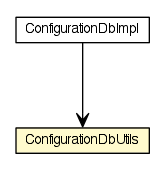
The Graphviz diagram apidocs/org/dayatang/configuration/impl/ConfigurationDbUtils.png in dayatang/dddlib, before a commit. Its source is kept beside it as apidocs/org/dayatang/configuration/impl/ConfigurationDbUtils.dot. The source it was exported from:
```dot

digraph G {
	edge [fontname="Helvetica",fontsize=10,labelfontname="Helvetica",labelfontsize=10];
	node [fontname="Helvetica",fontsize=10,shape=plaintext];
	nodesep=0.25;
	ranksep=0.5;
	c30902 [label=<<table title="org.dayatang.configuration.impl.ConfigurationDbUtils" border="0" cellborder="1" cellspacing="0" cellpadding="2" port="p" bgcolor="lemonChiffon" href="./ConfigurationDbUtils.html">
		<tr><td><table border="0" cellspacing="0" cellpadding="1">
<tr><td align="center" balign="center"> ConfigurationDbUtils </td></tr>
		</table></td></tr>
		</table>>, URL="./ConfigurationDbUtils.html", fontname="Helvetica", fontcolor="black", fontsize=10.0];
	c30903 [label=<<table title="org.dayatang.configuration.impl.ConfigurationDbImpl" border="0" cellborder="1" cellspacing="0" cellpadding="2" port="p" href="./ConfigurationDbImpl.html">
		<tr><td><table border="0" cellspacing="0" cellpadding="1">
<tr><td align="center" balign="center"> ConfigurationDbImpl </td></tr>
		</table></td></tr>
		</table>>, URL="./ConfigurationDbImpl.html", fontname="Helvetica", fontcolor="black", fontsize=10.0];
	c30903:p -> c30902:p [taillabel="", label=" "headlabel="", fontname="Helvetica", fontcolor="black", fontsize=10.0, color="black", arrowhead=open];
}
```
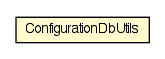
The same file after the commit.

Diff of the diagram source:
```diff
@@ -4,15 +4,9 @@
 	node [fontname="Helvetica",fontsize=10,shape=plaintext];
 	nodesep=0.25;
 	ranksep=0.5;
-	c30902 [label=<<table title="org.dayatang.configuration.impl.ConfigurationDbUtils" border="0" cellborder="1" cellspacing="0" cellpadding="2" port="p" bgcolor="lemonChiffon" href="./ConfigurationDbUtils.html">
+	c30718 [label=<<table title="org.dayatang.configuration.impl.ConfigurationDbUtils" border="0" cellborder="1" cellspacing="0" cellpadding="2" port="p" bgcolor="lemonChiffon" href="./ConfigurationDbUtils.html">
 		<tr><td><table border="0" cellspacing="0" cellpadding="1">
 <tr><td align="center" balign="center"> ConfigurationDbUtils </td></tr>
 		</table></td></tr>
 		</table>>, URL="./ConfigurationDbUtils.html", fontname="Helvetica", fontcolor="black", fontsize=10.0];
-	c30903 [label=<<table title="org.dayatang.configuration.impl.ConfigurationDbImpl" border="0" cellborder="1" cellspacing="0" cellpadding="2" port="p" href="./ConfigurationDbImpl.html">
-		<tr><td><table border="0" cellspacing="0" cellpadding="1">
-<tr><td align="center" balign="center"> ConfigurationDbImpl </td></tr>
-		</table></td></tr>
-		</table>>, URL="./ConfigurationDbImpl.html", fontname="Helvetica", fontcolor="black", fontsize=10.0];
-	c30903:p -> c30902:p [taillabel="", label=" "headlabel="", fontname="Helvetica", fontcolor="black", fontsize=10.0, color="black", arrowhead=open];
 }
```
